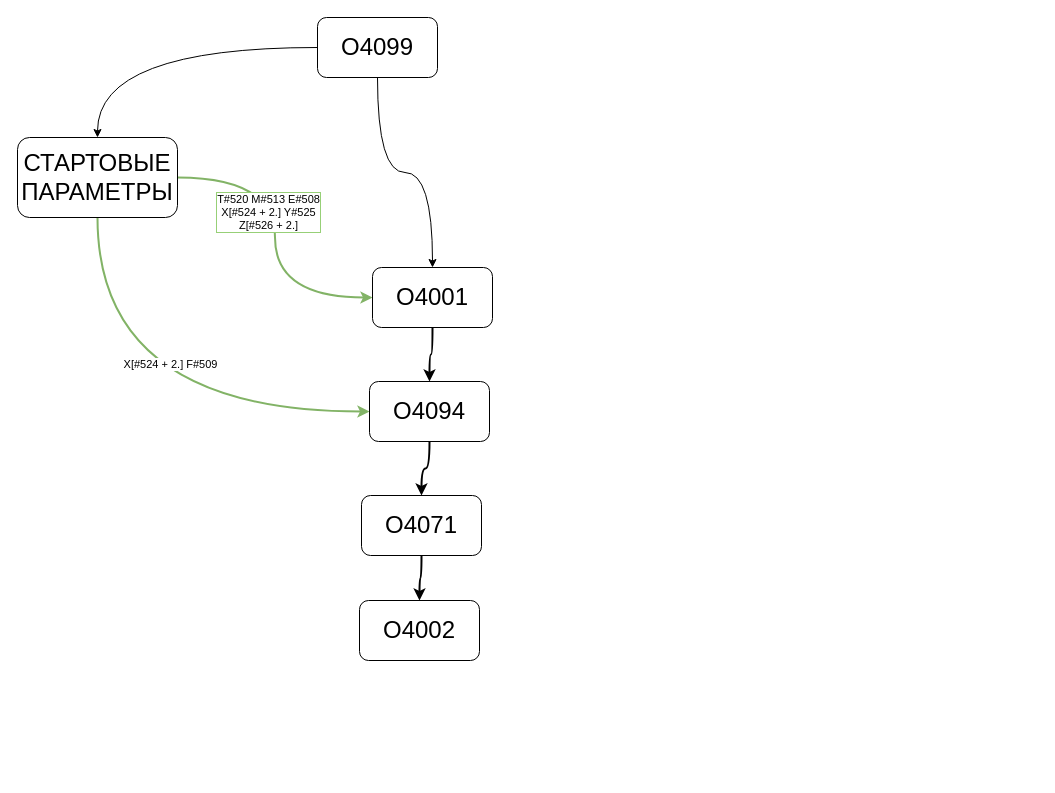
The draw.io diagram G71.drawio in NikolsonAkaSamurai/Practice, before the edit. Source tidied: cells renumbered, new cells numbered last; positions are measured from the earlier drawing's top-left corner, leaving out a move shared by most shapes. Both pictures are drawn from the tidied source at 100%, with x=0, y=0 at pixel (17, 17).
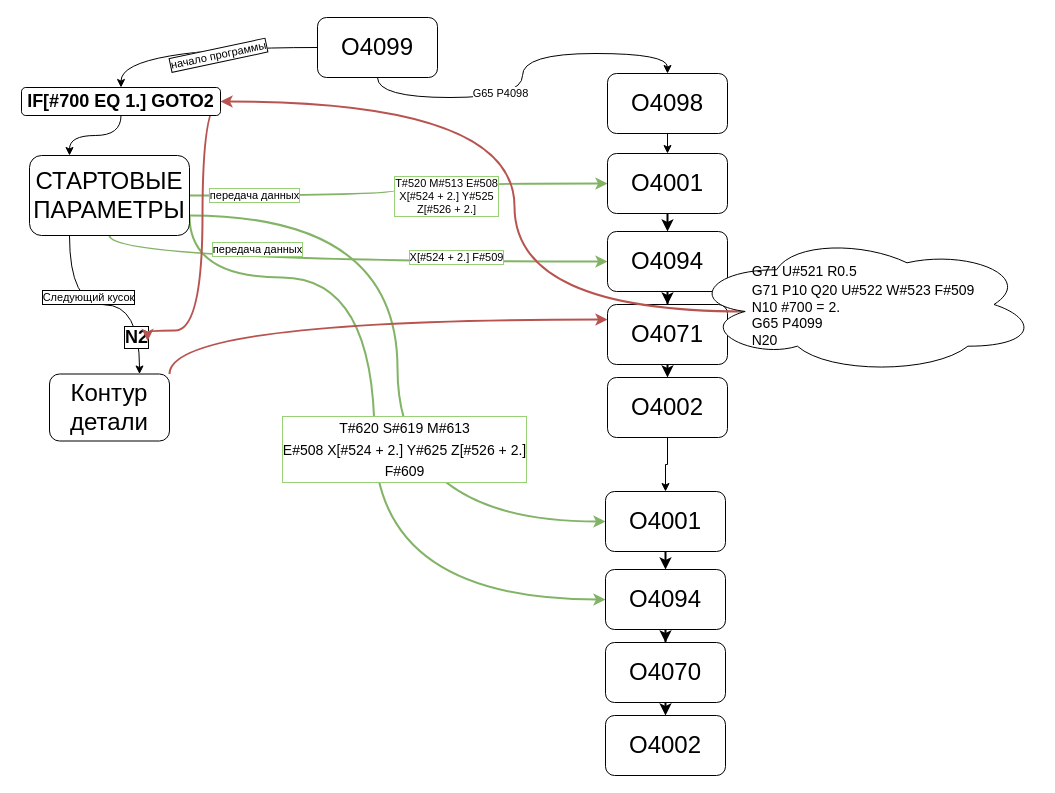
The same page after the edit.

Unchanged cells that the change refers to:
```xml
<mxCell id="4" value="&lt;font style=&quot;font-size: 24px&quot;&gt;O4099&lt;/font&gt;" style="rounded=1;whiteSpace=wrap;html=1;" parent="1" vertex="1">
  <mxGeometry x="300" width="120" height="60" as="geometry" />
</mxCell>
<mxCell id="5" style="edgeStyle=orthogonalEdgeStyle;curved=1;rounded=0;jettySize=auto;html=1;exitX=1;exitY=0.5;exitDx=0;exitDy=0;entryX=0;entryY=0.5;entryDx=0;entryDy=0;fillColor=#d5e8d4;strokeColor=#82b366;strokeWidth=2;" parent="1" edge="1" source="9" target="11">
  <mxGeometry relative="1" as="geometry" />
</mxCell>
<mxCell id="7" style="edgeStyle=orthogonalEdgeStyle;curved=1;rounded=0;jettySize=auto;html=1;exitX=0.5;exitY=1;exitDx=0;exitDy=0;entryX=0;entryY=0.5;entryDx=0;entryDy=0;strokeWidth=2;fillColor=#d5e8d4;strokeColor=#82b366;" parent="1" edge="1" source="9" target="13">
  <mxGeometry relative="1" as="geometry" />
</mxCell>
```

Change to the diagram source:
```diff
@@
+    <mxCell id="17" style="edgeStyle=orthogonalEdgeStyle;curved=1;rounded=0;jettySize=auto;html=1;exitX=1;exitY=0.75;exitDx=0;exitDy=0;entryX=0;entryY=0.5;entryDx=0;entryDy=0;strokeWidth=2;fontSize=18;fillColor=#d5e8d4;strokeColor=#82b366;" parent="1" edge="1" source="9" target="42">
+      <mxGeometry relative="1" as="geometry">
+        <Array as="points">
+          <mxPoint x="172" y="260" />
+          <mxPoint x="357" y="260" />
+          <mxPoint x="357" y="582" />
+        </Array>
+      </mxGeometry>
+    </mxCell>
-    <mxCell id="2" style="edgeStyle=orthogonalEdgeStyle;curved=1;rounded=0;jettySize=auto;html=1;exitX=0;exitY=0.5;exitDx=0;exitDy=0;entryX=0.5;entryY=0;entryDx=0;entryDy=0;" parent="1" edge="1" source="4" target="9">
+    <mxCell id="2" style="edgeStyle=orthogonalEdgeStyle;curved=1;rounded=0;jettySize=auto;html=1;exitX=0;exitY=0.5;exitDx=0;exitDy=0;entryX=0.5;entryY=0;entryDx=0;entryDy=0;" parent="1" edge="1" source="4" target="33">
       <mxGeometry relative="1" as="geometry" />
     </mxCell>
+    <mxCell id="18" value="начало программы" style="edgeLabel;html=1;align=center;verticalAlign=middle;labelBorderColor=#000000;rotation=348;" parent="2" vertex="1">
+      <mxGeometry x="-0.16" y="8" relative="1" as="geometry">
+        <mxPoint x="-1" as="offset" />
+      </mxGeometry>
+    </mxCell>
-    <mxCell id="3" style="edgeStyle=orthogonalEdgeStyle;curved=1;rounded=0;jettySize=auto;html=1;exitX=0.5;exitY=1;exitDx=0;exitDy=0;entryX=0.5;entryY=0;entryDx=0;entryDy=0;" parent="1" edge="1" source="4" target="11">
+    <mxCell id="3" style="edgeStyle=orthogonalEdgeStyle;curved=1;rounded=0;jettySize=auto;html=1;exitX=0.5;exitY=1;exitDx=0;exitDy=0;entryX=0.5;entryY=0;entryDx=0;entryDy=0;" parent="1" edge="1" source="4" target="28">
       <mxGeometry relative="1" as="geometry" />
     </mxCell>
+    <mxCell id="19" value="G65 P4098" style="edgeLabel;html=1;align=center;verticalAlign=middle;" parent="3" vertex="1">
+      <mxGeometry x="-0.24" y="5" relative="1" as="geometry" />
+    </mxCell>
@@
     <mxCell id="6" value="T#520 M#513 E#508&lt;br&gt;X[#524 + 2.] Y#525&lt;br&gt;&amp;nbsp;Z[#526 + 2.]&amp;nbsp;" style="edgeLabel;html=1;align=center;verticalAlign=middle;labelBorderColor=#97D077;" parent="5" vertex="1">
       <mxGeometry x="-0.17" y="-7" relative="1" as="geometry">
-        <mxPoint y="1" as="offset" />
+        <mxPoint x="78.8" y="-7" as="offset" />
       </mxGeometry>
     </mxCell>
+    <mxCell id="20" value="передача данных" style="edgeLabel;html=1;align=center;verticalAlign=middle;labelBorderColor=#97D077;" parent="5" vertex="1">
+      <mxGeometry x="-0.7" y="1" relative="1" as="geometry">
+        <mxPoint x="-1" as="offset" />
+      </mxGeometry>
+    </mxCell>
@@
-    <mxCell id="8" value="X[#524 + 2.] F#509" style="edgeLabel;html=1;align=center;verticalAlign=middle;" parent="7" vertex="1">
-      <mxGeometry x="0.14" y="48" relative="1" as="geometry" />
+    <mxCell id="8" value="X[#524 + 2.] F#509" style="edgeLabel;html=1;align=center;verticalAlign=middle;labelBorderColor=#97D077;" parent="7" vertex="1">
+      <mxGeometry x="0.14" y="48" relative="1" as="geometry">
+        <mxPoint x="73.5" y="43" as="offset" />
+      </mxGeometry>
     </mxCell>
+    <mxCell id="21" value="передача данных" style="edgeLabel;html=1;align=center;verticalAlign=middle;labelBorderColor=#97D077;" parent="7" vertex="1">
+      <mxGeometry x="-0.34" y="13" relative="1" as="geometry" />
+    </mxCell>
+    <mxCell id="22" style="edgeStyle=orthogonalEdgeStyle;curved=1;rounded=0;jettySize=auto;html=1;exitX=0.25;exitY=1;exitDx=0;exitDy=0;entryX=0.75;entryY=0;entryDx=0;entryDy=0;" parent="1" edge="1" source="9" target="30">
+      <mxGeometry relative="1" as="geometry" />
+    </mxCell>
+    <mxCell id="23" value="Следующий кусок" style="edgeLabel;html=1;align=center;verticalAlign=middle;labelBorderColor=#000000;" parent="22" vertex="1">
+      <mxGeometry x="-0.16" y="8" relative="1" as="geometry" />
+    </mxCell>
+    <mxCell id="24" value="N2" style="edgeLabel;html=1;align=center;verticalAlign=middle;fontStyle=1;fontSize=18;labelBorderColor=#000000;" parent="22" vertex="1">
+      <mxGeometry x="0.54" y="-5" relative="1" as="geometry">
+        <mxPoint x="1" y="10" as="offset" />
+      </mxGeometry>
+    </mxCell>
+    <mxCell id="25" style="edgeStyle=orthogonalEdgeStyle;curved=1;rounded=0;jettySize=auto;html=1;exitX=1;exitY=0.75;exitDx=0;exitDy=0;entryX=0;entryY=0.5;entryDx=0;entryDy=0;strokeWidth=2;fontSize=18;fillColor=#d5e8d4;strokeColor=#82b366;" parent="1" edge="1" source="9" target="43">
+      <mxGeometry relative="1" as="geometry" />
+    </mxCell>
+    <mxCell id="26" value="&lt;font style=&quot;font-size: 14px&quot;&gt;T#620 S#619 M#613&lt;br&gt;E#508 X[#524 + 2.] Y#625 Z[#526 + 2.]&lt;br&gt;F#609&lt;/font&gt;" style="edgeLabel;html=1;align=center;verticalAlign=middle;fontSize=18;labelBorderColor=#97D077;" parent="25" vertex="1">
+      <mxGeometry x="-0.08" y="-4" relative="1" as="geometry">
+        <mxPoint x="10" y="109" as="offset" />
+      </mxGeometry>
+    </mxCell>
     <mxCell id="9" value="&lt;span style=&quot;font-size: 24px&quot;&gt;СТАРТОВЫЕ&lt;br&gt;ПАРАМЕТРЫ&lt;br&gt;&lt;/span&gt;" style="rounded=1;whiteSpace=wrap;html=1;" parent="1" vertex="1">
-      <mxGeometry y="120" width="160" height="80" as="geometry" />
+      <mxGeometry x="12" y="138" width="160" height="80" as="geometry" />
     </mxCell>
@@
     <mxCell id="11" value="&lt;font style=&quot;font-size: 24px&quot;&gt;O4001&lt;/font&gt;" style="rounded=1;whiteSpace=wrap;html=1;" parent="1" vertex="1">
-      <mxGeometry x="355" y="250" width="120" height="60" as="geometry" />
+      <mxGeometry x="590" y="136" width="120" height="60" as="geometry" />
     </mxCell>
@@
     <mxCell id="13" value="&lt;span style=&quot;font-size: 24px&quot;&gt;O4094&lt;/span&gt;" style="rounded=1;whiteSpace=wrap;html=1;" parent="1" vertex="1">
-      <mxGeometry x="352" y="364" width="120" height="60" as="geometry" />
+      <mxGeometry x="590" y="214" width="120" height="60" as="geometry" />
     </mxCell>
@@
     <mxCell id="15" value="&lt;span style=&quot;font-size: 24px&quot;&gt;O4071&lt;/span&gt;" style="rounded=1;whiteSpace=wrap;html=1;" parent="1" vertex="1">
-      <mxGeometry x="344" y="478" width="120" height="60" as="geometry" />
+      <mxGeometry x="590" y="287" width="120" height="60" as="geometry" />
     </mxCell>
     <mxCell id="16" value="&lt;span style=&quot;font-size: 24px&quot;&gt;O4002&lt;/span&gt;" style="rounded=1;whiteSpace=wrap;html=1;" parent="1" vertex="1">
-      <mxGeometry x="342" y="583" width="120" height="60" as="geometry" />
+      <mxGeometry x="590" y="360" width="120" height="60" as="geometry" />
     </mxCell>
+    <mxCell id="27" style="edgeStyle=orthogonalEdgeStyle;rounded=0;jettySize=auto;html=1;exitX=0.5;exitY=1;exitDx=0;exitDy=0;entryX=0.5;entryY=0;entryDx=0;entryDy=0;" parent="1" edge="1" source="28" target="11">
+      <mxGeometry relative="1" as="geometry" />
+    </mxCell>
+    <mxCell id="28" value="&lt;span style=&quot;font-size: 24px&quot;&gt;O4098&lt;/span&gt;" style="rounded=1;whiteSpace=wrap;html=1;" parent="1" vertex="1">
+      <mxGeometry x="590" y="56" width="120" height="60" as="geometry" />
+    </mxCell>
+    <mxCell id="29" style="edgeStyle=orthogonalEdgeStyle;curved=1;rounded=0;jettySize=auto;html=1;exitX=1;exitY=0;exitDx=0;exitDy=0;entryX=0;entryY=0.25;entryDx=0;entryDy=0;strokeWidth=2;fontSize=18;fillColor=#f8cecc;strokeColor=#b85450;" parent="1" edge="1" source="30" target="15">
+      <mxGeometry relative="1" as="geometry" />
+    </mxCell>
+    <mxCell id="30" value="&lt;span style=&quot;font-size: 24px&quot;&gt;Контур&lt;br&gt;детали&lt;br&gt;&lt;/span&gt;" style="rounded=1;whiteSpace=wrap;html=1;" parent="1" vertex="1">
+      <mxGeometry x="32" y="356.5" width="120" height="67" as="geometry" />
+    </mxCell>
+    <mxCell id="31" style="edgeStyle=orthogonalEdgeStyle;curved=1;rounded=0;jettySize=auto;html=1;exitX=0.5;exitY=1;exitDx=0;exitDy=0;entryX=0.25;entryY=0;entryDx=0;entryDy=0;" parent="1" edge="1" source="33" target="9">
+      <mxGeometry relative="1" as="geometry" />
+    </mxCell>
+    <mxCell id="32" style="edgeStyle=orthogonalEdgeStyle;curved=1;rounded=0;jettySize=auto;html=1;exitX=1;exitY=0.5;exitDx=0;exitDy=0;strokeWidth=2;fontSize=18;fillColor=#f8cecc;strokeColor=#b85450;" parent="1" edge="1" source="33">
+      <mxGeometry relative="1" as="geometry">
+        <mxPoint x="130.1" y="323.5" as="targetPoint" />
+        <Array as="points">
+          <mxPoint x="185" y="84" />
+          <mxPoint x="185" y="313" />
+          <mxPoint x="130" y="313" />
+        </Array>
+      </mxGeometry>
+    </mxCell>
+    <mxCell id="33" value="&lt;font style=&quot;font-size: 18px&quot;&gt;&lt;b&gt;IF[#700 EQ 1.] GOTO2&lt;/b&gt;&lt;/font&gt;" style="rounded=1;whiteSpace=wrap;html=1;" parent="1" vertex="1">
+      <mxGeometry x="4" y="70" width="199" height="28" as="geometry" />
+    </mxCell>
+    <mxCell id="34" style="edgeStyle=orthogonalEdgeStyle;curved=1;rounded=0;jettySize=auto;html=1;exitX=0.16;exitY=0.55;exitDx=0;exitDy=0;exitPerimeter=0;entryX=1;entryY=0.5;entryDx=0;entryDy=0;fontSize=18;spacing=3;strokeWidth=2;fillColor=#f8cecc;strokeColor=#b85450;" parent="1" edge="1" source="35" target="33">
+      <mxGeometry relative="1" as="geometry">
+        <Array as="points">
+          <mxPoint x="497" y="294" />
+          <mxPoint x="497" y="84" />
+        </Array>
+      </mxGeometry>
+    </mxCell>
+    <mxCell id="35" value="&lt;div style=&quot;text-align: left&quot;&gt;&lt;span style=&quot;font-size: 14px&quot;&gt;G71 U#521 R0.5&lt;/span&gt;&lt;/div&gt;&lt;font style=&quot;font-size: 14px&quot;&gt;&lt;div style=&quot;text-align: left&quot;&gt;&lt;span&gt;G71 P10 Q20 U#522 W#523 F#509&lt;/span&gt;&lt;/div&gt;&lt;div style=&quot;text-align: left&quot;&gt;&lt;span&gt;N10 #700 = 2.&lt;/span&gt;&lt;/div&gt;&lt;div style=&quot;text-align: left&quot;&gt;G65 P4099&lt;/div&gt;&lt;div style=&quot;text-align: left&quot;&gt;N20&lt;/div&gt;&lt;/font&gt;" style="ellipse;shape=cloud;whiteSpace=wrap;html=1;fontSize=18;" parent="1" vertex="1">
+      <mxGeometry x="672" y="217.5" width="348" height="139" as="geometry" />
+    </mxCell>
+    <mxCell id="36" style="edgeStyle=orthogonalEdgeStyle;curved=1;rounded=0;jettySize=auto;html=1;exitX=0.5;exitY=1;exitDx=0;exitDy=0;entryX=0.5;entryY=0;entryDx=0;entryDy=0;strokeWidth=2;" parent="1" edge="1" source="43" target="42">
+      <mxGeometry relative="1" as="geometry" />
+    </mxCell>
+    <mxCell id="37" style="edgeStyle=orthogonalEdgeStyle;curved=1;rounded=0;jettySize=auto;html=1;exitX=0.5;exitY=1;exitDx=0;exitDy=0;strokeWidth=2;" parent="1" edge="1" source="42" target="41">
+      <mxGeometry relative="1" as="geometry" />
+    </mxCell>
+    <mxCell id="38" style="edgeStyle=orthogonalEdgeStyle;curved=1;rounded=0;jettySize=auto;html=1;exitX=0.5;exitY=1;exitDx=0;exitDy=0;entryX=0.5;entryY=0;entryDx=0;entryDy=0;strokeWidth=2;" parent="1" edge="1" source="41" target="40">
+      <mxGeometry relative="1" as="geometry" />
+    </mxCell>
+    <mxCell id="39" style="edgeStyle=orthogonalEdgeStyle;rounded=0;jettySize=auto;html=1;entryX=0.5;entryY=0;entryDx=0;entryDy=0;" parent="1" edge="1" source="16" target="43">
+      <mxGeometry relative="1" as="geometry" />
+    </mxCell>
+    <mxCell id="40" value="&lt;span style=&quot;font-size: 24px&quot;&gt;O4002&lt;/span&gt;" style="rounded=1;whiteSpace=wrap;html=1;" parent="1" vertex="1">
+      <mxGeometry x="588" y="698" width="120" height="60" as="geometry" />
+    </mxCell>
+    <mxCell id="41" value="&lt;span style=&quot;font-size: 24px&quot;&gt;O4070&lt;/span&gt;" style="rounded=1;whiteSpace=wrap;html=1;" parent="1" vertex="1">
+      <mxGeometry x="588" y="625" width="120" height="60" as="geometry" />
+    </mxCell>
+    <mxCell id="42" value="&lt;span style=&quot;font-size: 24px&quot;&gt;O4094&lt;/span&gt;" style="rounded=1;whiteSpace=wrap;html=1;" parent="1" vertex="1">
+      <mxGeometry x="588" y="552" width="120" height="60" as="geometry" />
+    </mxCell>
+    <mxCell id="43" value="&lt;font style=&quot;font-size: 24px&quot;&gt;O4001&lt;/font&gt;" style="rounded=1;whiteSpace=wrap;html=1;" parent="1" vertex="1">
+      <mxGeometry x="588" y="474" width="120" height="60" as="geometry" />
+    </mxCell>
```
